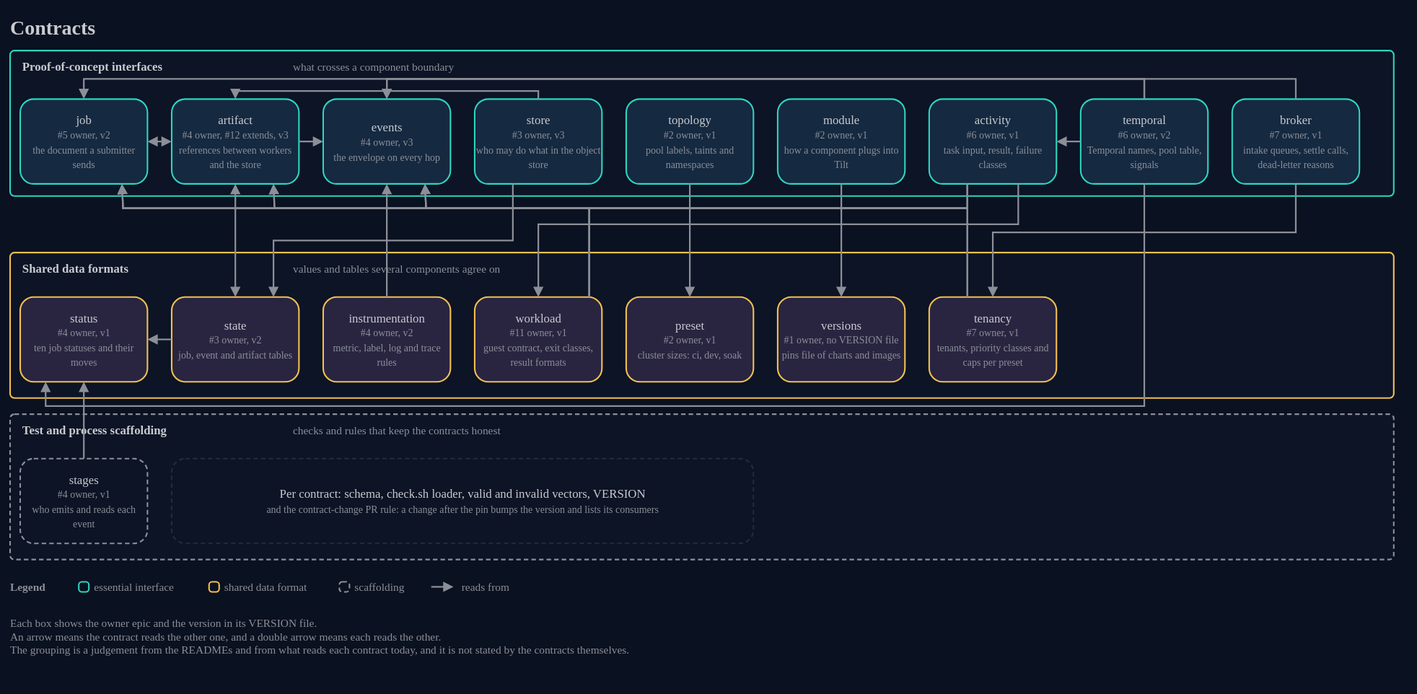
This is docs/architecture/15-contracts.drawio.svg from AndoNorth/disyard, a draw.io export, as it was before one commit. Source tidied: cells renumbered, new cells last; positions are measured from the earlier drawing's top-left corner, leaving out a move shared by most shapes.
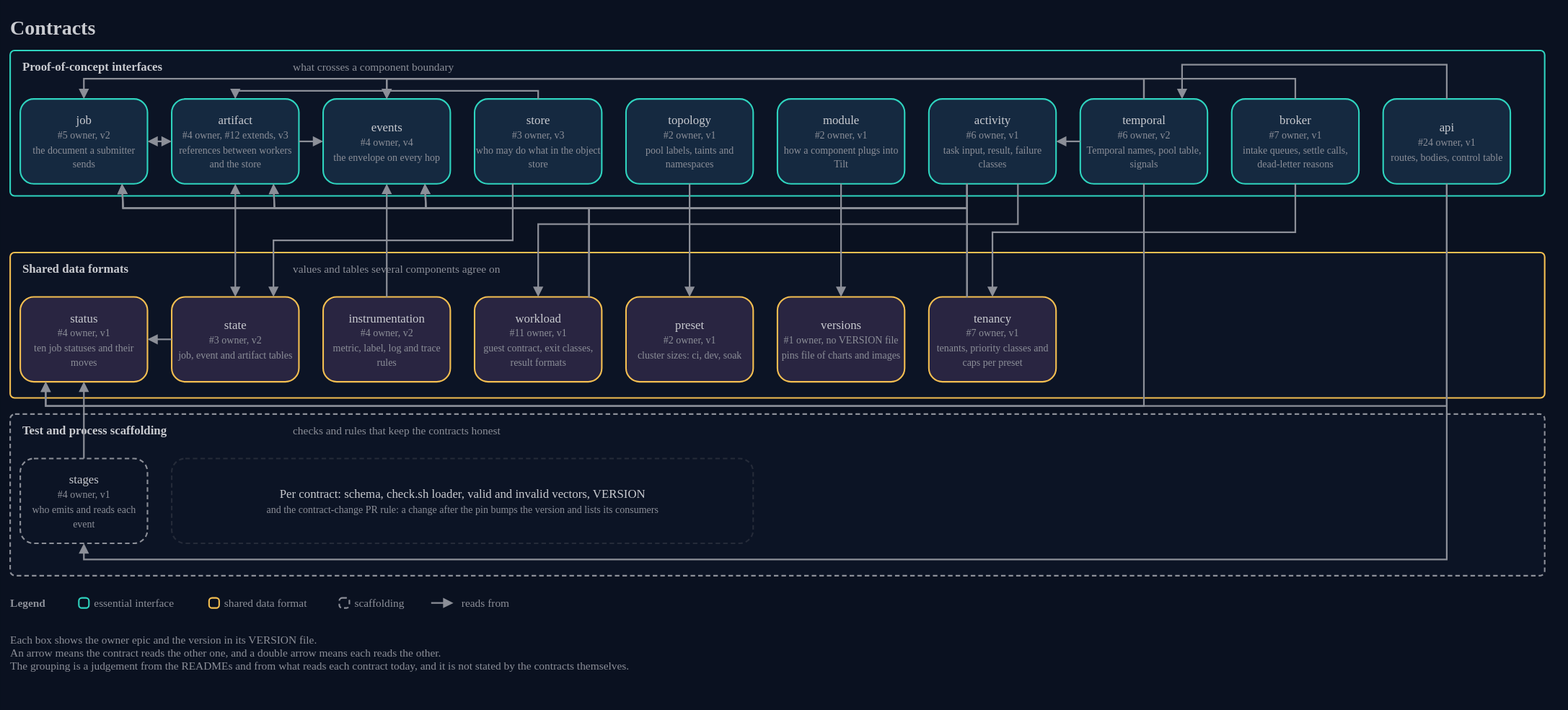
The same diagram one commit later.

Change to the diagram source:
```diff
@@ -3,10 +3,10 @@
     <mxCell id="0" />
     <mxCell id="1" parent="0" />
     <mxCell id="2" value="Contracts" style="text;html=1;strokeColor=none;fillColor=none;align=left;verticalAlign=middle;whiteSpace=nowrap;fontColor=#c9cbd0;fontSize=20;fontStyle=1;fontFamily=IBM Plex Sans;spacing=0;" parent="1" vertex="1">
-      <mxGeometry width="1370" height="32" as="geometry" />
+      <mxGeometry width="1520" height="32" as="geometry" />
     </mxCell>
     <mxCell id="3" style="rounded=1;arcSize=3;html=1;whiteSpace=wrap;fillColor=#0c1425;strokeColor=#2fd4bf;strokeWidth=1.5;fontColor=#c9cbd0;fontSize=12;fontFamily=IBM Plex Sans;verticalAlign=top;align=left;" parent="1" vertex="1">
-      <mxGeometry y="40" width="1370" height="144" as="geometry" />
+      <mxGeometry y="40" width="1520" height="144" as="geometry" />
     </mxCell>
     <mxCell id="4" value="Proof-of-concept interfaces" style="text;html=1;strokeColor=none;fillColor=none;align=left;verticalAlign=middle;whiteSpace=nowrap;fontColor=#c9cbd0;fontSize=12;fontStyle=1;fontFamily=IBM Plex Sans;spacing=0;" parent="1" vertex="1">
       <mxGeometry x="12" y="46" width="500" height="20" as="geometry" />
@@ -15,7 +15,7 @@
       <mxGeometry x="280" y="46" width="400" height="20" as="geometry" />
     </mxCell>
     <mxCell id="6" style="rounded=1;arcSize=3;html=1;whiteSpace=wrap;fillColor=#0c1425;strokeColor=#f4bf51;strokeWidth=1.5;fontColor=#c9cbd0;fontSize=12;fontFamily=IBM Plex Sans;verticalAlign=top;align=left;" parent="1" vertex="1">
-      <mxGeometry y="240" width="1370" height="144" as="geometry" />
+      <mxGeometry y="240" width="1520" height="144" as="geometry" />
     </mxCell>
     <mxCell id="7" value="Shared data formats" style="text;html=1;strokeColor=none;fillColor=none;align=left;verticalAlign=middle;whiteSpace=nowrap;fontColor=#c9cbd0;fontSize=12;fontStyle=1;fontFamily=IBM Plex Sans;spacing=0;" parent="1" vertex="1">
       <mxGeometry x="12" y="246" width="260" height="20" as="geometry" />
@@ -24,7 +24,7 @@
       <mxGeometry x="280" y="246" width="500" height="20" as="geometry" />
     </mxCell>
     <mxCell id="9" style="rounded=1;arcSize=3;html=1;whiteSpace=wrap;fillColor=#0c1425;strokeColor=#8c8f98;strokeWidth=1.5;dashed=1;dashPattern=3 2;fontColor=#c9cbd0;fontSize=12;fontFamily=IBM Plex Sans;verticalAlign=top;align=left;" parent="1" vertex="1">
-      <mxGeometry y="400" width="1370" height="144" as="geometry" />
+      <mxGeometry y="400" width="1520" height="160" as="geometry" />
     </mxCell>
     <mxCell id="10" value="Test and process scaffolding" style="text;html=1;strokeColor=none;fillColor=none;align=left;verticalAlign=middle;whiteSpace=nowrap;fontColor=#c9cbd0;fontSize=12;fontStyle=1;fontFamily=IBM Plex Sans;spacing=0;" parent="1" vertex="1">
       <mxGeometry x="12" y="406" width="260" height="20" as="geometry" />
@@ -44,7 +44,7 @@
     <mxCell id="15" value="artifact&lt;br&gt;&lt;font color=&quot;#8c8f98&quot; style=&quot;font-size:10px&quot;&gt;#4 owner, #12 extends, v3&lt;br&gt;references between workers and the store&lt;/font&gt;" style="rounded=1;arcSize=16;html=1;whiteSpace=wrap;fillColor=#152940;strokeColor=#2fd4bf;strokeWidth=1.5;fontColor=#c9cbd0;fontSize=12;fontFamily=IBM Plex Sans;align=center;verticalAlign=middle;" parent="1" vertex="1">
       <mxGeometry x="160" y="88" width="126" height="84" as="geometry" />
     </mxCell>
-    <mxCell id="16" value="events&lt;br&gt;&lt;font color=&quot;#8c8f98&quot; style=&quot;font-size:10px&quot;&gt;#4 owner, v3&lt;br&gt;the envelope on every hop&lt;/font&gt;" style="rounded=1;arcSize=16;html=1;whiteSpace=wrap;fillColor=#152940;strokeColor=#2fd4bf;strokeWidth=1.5;fontColor=#c9cbd0;fontSize=12;fontFamily=IBM Plex Sans;align=center;verticalAlign=middle;" parent="1" vertex="1">
+    <mxCell id="16" value="events&lt;br&gt;&lt;font color=&quot;#8c8f98&quot; style=&quot;font-size:10px&quot;&gt;#4 owner, v4&lt;br&gt;the envelope on every hop&lt;/font&gt;" style="rounded=1;arcSize=16;html=1;whiteSpace=wrap;fillColor=#152940;strokeColor=#2fd4bf;strokeWidth=1.5;fontColor=#c9cbd0;fontSize=12;fontFamily=IBM Plex Sans;align=center;verticalAlign=middle;" parent="1" vertex="1">
       <mxGeometry x="310" y="88" width="126" height="84" as="geometry" />
     </mxCell>
     <mxCell id="17" value="store&lt;br&gt;&lt;font color=&quot;#8c8f98&quot; style=&quot;font-size:10px&quot;&gt;#3 owner, v3&lt;br&gt;who may do what in the object store&lt;/font&gt;" style="rounded=1;arcSize=16;html=1;whiteSpace=wrap;fillColor=#152940;strokeColor=#2fd4bf;strokeWidth=1.5;fontColor=#c9cbd0;fontSize=12;fontFamily=IBM Plex Sans;align=center;verticalAlign=middle;" parent="1" vertex="1">
@@ -206,6 +206,33 @@
     <mxCell id="49" value="broker&lt;br&gt;&lt;font color=&quot;#8c8f98&quot; style=&quot;font-size:10px&quot;&gt;#7 owner, v1&lt;br&gt;intake queues, settle calls, dead-letter reasons&lt;/font&gt;" style="rounded=1;arcSize=16;html=1;whiteSpace=wrap;fillColor=#152940;strokeColor=#2fd4bf;strokeWidth=1.5;fontColor=#c9cbd0;fontSize=12;fontFamily=IBM Plex Sans;align=center;verticalAlign=middle;" parent="1" vertex="1">
       <mxGeometry x="1210" y="88" width="126" height="84" as="geometry" />
     </mxCell>
+    <mxCell id="65" value="api&lt;br&gt;&lt;font color=&quot;#8c8f98&quot; style=&quot;font-size:10px&quot;&gt;#24 owner, v1&lt;br&gt;routes, bodies, control table&lt;/font&gt;" style="rounded=1;arcSize=16;html=1;whiteSpace=wrap;fillColor=#152940;strokeColor=#2fd4bf;strokeWidth=1.5;fontColor=#c9cbd0;fontSize=12;fontFamily=IBM Plex Sans;align=center;verticalAlign=middle;" parent="1" vertex="1">
+      <mxGeometry x="1360" y="88" width="126" height="84" as="geometry" />
+    </mxCell>
+    <mxCell id="66" style="endArrow=block;endFill=1;startArrow=none;startFill=1;html=1;rounded=0;strokeColor=#8c8f98;strokeWidth=1.6;exitX=0.5;exitY=1;exitDx=0;exitDy=0;entryX=0.5;entryY=1;entryDx=0;entryDy=0;" parent="1" edge="1" source="65" target="25">
+      <mxGeometry relative="1" as="geometry">
+        <Array as="points">
+          <mxPoint x="1423" y="544" />
+          <mxPoint x="73" y="544" />
+        </Array>
+      </mxGeometry>
+    </mxCell>
+    <mxCell id="67" style="endArrow=block;endFill=1;startArrow=none;startFill=1;html=1;rounded=0;strokeColor=#8c8f98;strokeWidth=1.6;exitX=0.5;exitY=1;exitDx=0;exitDy=0;entryX=0.2;entryY=1;entryDx=0;entryDy=0;" parent="1" edge="1" source="65" target="20">
+      <mxGeometry relative="1" as="geometry">
+        <Array as="points">
+          <mxPoint x="1423" y="392" />
+          <mxPoint x="35.2" y="392" />
+        </Array>
+      </mxGeometry>
+    </mxCell>
+    <mxCell id="68" style="endArrow=block;endFill=1;startArrow=none;startFill=1;html=1;rounded=0;strokeColor=#8c8f98;strokeWidth=1.6;exitX=0.5;exitY=0;exitDx=0;exitDy=0;entryX=0.8;entryY=0;entryDx=0;entryDy=0;" parent="1" edge="1" source="65" target="14">
+      <mxGeometry relative="1" as="geometry">
+        <Array as="points">
+          <mxPoint x="1423" y="54" />
+          <mxPoint x="1160.8" y="54" />
+        </Array>
+      </mxGeometry>
+    </mxCell>
     <mxCell id="50" value="tenancy&lt;br&gt;&lt;font color=&quot;#8c8f98&quot; style=&quot;font-size:10px&quot;&gt;#7 owner, v1&lt;br&gt;tenants, priority classes and caps per preset&lt;/font&gt;" style="rounded=1;arcSize=16;html=1;whiteSpace=wrap;fillColor=#292541;strokeColor=#f4bf51;strokeWidth=1.5;fontColor=#c9cbd0;fontSize=12;fontFamily=IBM Plex Sans;align=center;verticalAlign=middle;" parent="1" vertex="1">
       <mxGeometry x="910" y="284" width="126" height="84" as="geometry" />
     </mxCell>
@@ -242,37 +269,37 @@
       </mxGeometry>
     </mxCell>
     <mxCell id="55" value="Legend" style="text;html=1;strokeColor=none;fillColor=none;align=left;verticalAlign=middle;whiteSpace=nowrap;fontColor=#8c8f98;fontSize=11;fontStyle=1;fontFamily=IBM Plex Sans;spacing=0;" parent="1" vertex="1">
-      <mxGeometry y="562" width="60" height="18" as="geometry" />
+      <mxGeometry y="578" width="60" height="18" as="geometry" />
     </mxCell>
     <mxCell id="56" style="rounded=1;arcSize=30;html=1;fillColor=none;strokeColor=#2fd4bf;strokeWidth=1.5;" parent="1" vertex="1">
-      <mxGeometry x="68" y="566" width="10" height="10" as="geometry" />
+      <mxGeometry x="68" y="582" width="10" height="10" as="geometry" />
     </mxCell>
     <mxCell id="57" value="essential interface" style="text;html=1;strokeColor=none;fillColor=none;align=left;verticalAlign=middle;whiteSpace=nowrap;fontColor=#8c8f98;fontSize=11;fontFamily=IBM Plex Sans;spacing=0;" parent="1" vertex="1">
-      <mxGeometry x="83" y="562" width="100" height="18" as="geometry" />
+      <mxGeometry x="83" y="578" width="100" height="18" as="geometry" />
     </mxCell>
     <mxCell id="58" style="rounded=1;arcSize=30;html=1;fillColor=none;strokeColor=#f4bf51;strokeWidth=1.5;" parent="1" vertex="1">
-      <mxGeometry x="197" y="566" width="10" height="10" as="geometry" />
+      <mxGeometry x="197" y="582" width="10" height="10" as="geometry" />
     </mxCell>
     <mxCell id="59" value="shared data format" style="text;html=1;strokeColor=none;fillColor=none;align=left;verticalAlign=middle;whiteSpace=nowrap;fontColor=#8c8f98;fontSize=11;fontFamily=IBM Plex Sans;spacing=0;" parent="1" vertex="1">
-      <mxGeometry x="212" y="562" width="100" height="18" as="geometry" />
+      <mxGeometry x="212" y="578" width="100" height="18" as="geometry" />
     </mxCell>
     <mxCell id="60" style="rounded=1;arcSize=30;html=1;fillColor=none;strokeColor=#8c8f98;strokeWidth=1.5;dashed=1;dashPattern=3 2;" parent="1" vertex="1">
-      <mxGeometry x="326" y="566" width="10" height="10" as="geometry" />
+      <mxGeometry x="326" y="582" width="10" height="10" as="geometry" />
     </mxCell>
     <mxCell id="61" value="scaffolding" style="text;html=1;strokeColor=none;fillColor=none;align=left;verticalAlign=middle;whiteSpace=nowrap;fontColor=#8c8f98;fontSize=11;fontFamily=IBM Plex Sans;spacing=0;" parent="1" vertex="1">
-      <mxGeometry x="341" y="562" width="62" height="18" as="geometry" />
+      <mxGeometry x="341" y="578" width="62" height="18" as="geometry" />
     </mxCell>
     <mxCell id="62" style="endArrow=block;endFill=1;html=1;rounded=0;strokeColor=#8c8f98;strokeWidth=1.6;" parent="1" edge="1">
       <mxGeometry relative="1" as="geometry">
-        <mxPoint x="417" y="571" as="sourcePoint" />
-        <mxPoint x="439" y="571" as="targetPoint" />
+        <mxPoint x="417" y="587" as="sourcePoint" />
+        <mxPoint x="439" y="587" as="targetPoint" />
       </mxGeometry>
     </mxCell>
     <mxCell id="63" value="reads from" style="text;html=1;strokeColor=none;fillColor=none;align=left;verticalAlign=middle;whiteSpace=nowrap;fontColor=#8c8f98;fontSize=11;fontFamily=IBM Plex Sans;spacing=0;" parent="1" vertex="1">
-      <mxGeometry x="447" y="562" width="70" height="18" as="geometry" />
+      <mxGeometry x="447" y="578" width="70" height="18" as="geometry" />
     </mxCell>
     <mxCell id="64" value="Each box shows the owner epic and the version in its VERSION file.&lt;br&gt;An arrow means the contract reads the other one, and a double arrow means each reads the other.&lt;br&gt;The grouping is a judgement from the READMEs and from what reads each contract today, and it is not stated by the contracts themselves." style="text;html=1;strokeColor=none;fillColor=none;align=left;verticalAlign=top;whiteSpace=wrap;fontColor=#8c8f98;fontSize=11;fontFamily=IBM Plex Sans;spacing=0;" parent="1" vertex="1">
-      <mxGeometry y="596" width="1370" height="60" as="geometry" />
+      <mxGeometry y="612" width="1520" height="60" as="geometry" />
     </mxCell>
   </root>
 </mxGraphModel>
```
